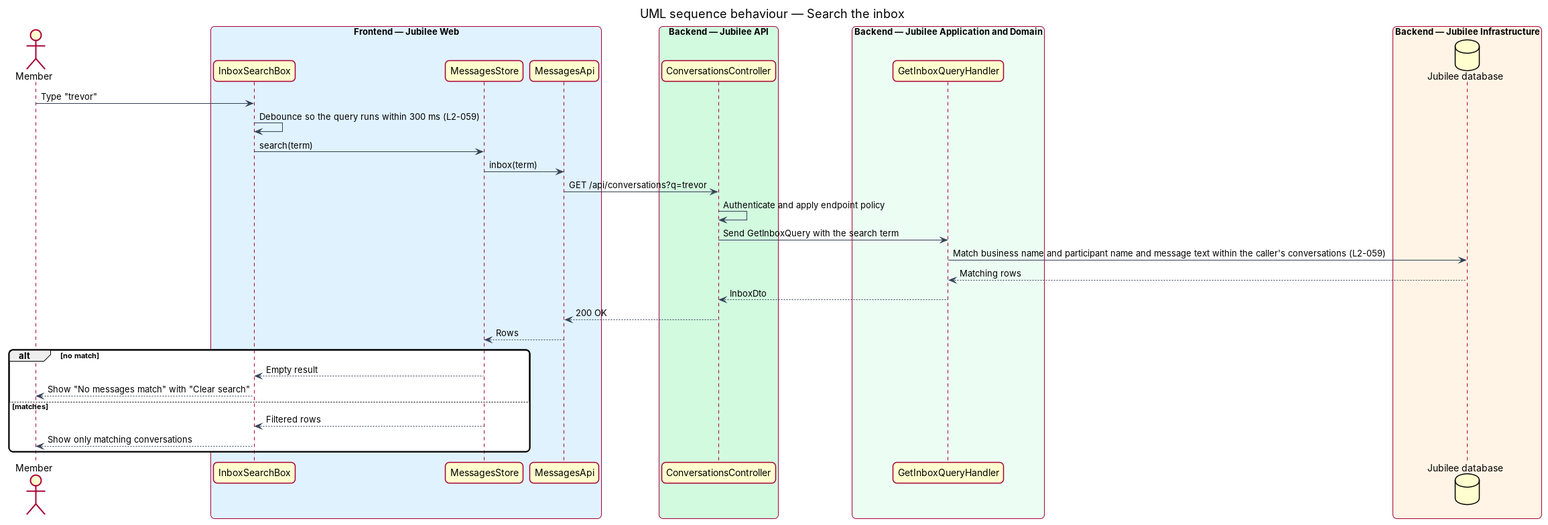
This is docs/detailed-designs/messaging/read-inbox/diagrams/sequence-search-inbox.png from QuinntyneBrown/jubilee, a PlantUML export, as it was before one commit. Its source is kept beside it as docs/detailed-designs/messaging/read-inbox/diagrams/sequence-search-inbox.puml.
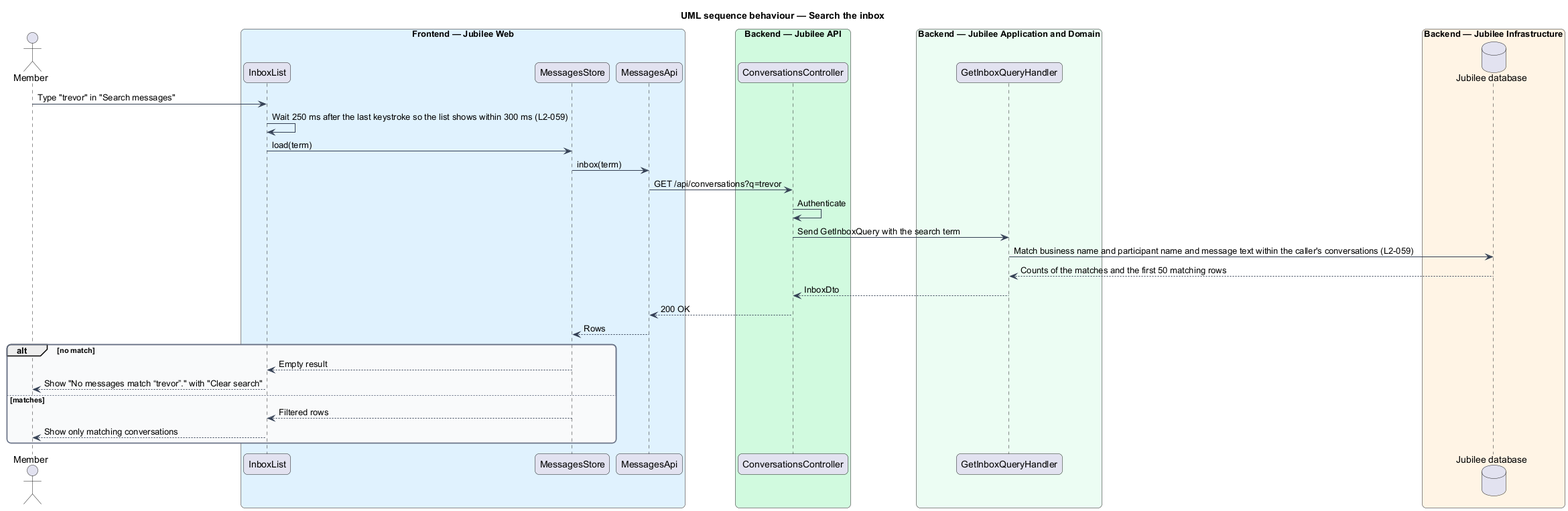
Above is the later version.

Change to the diagram source:
```diff
@@ -16,7 +16,7 @@
 }
 actor "Member" as member
 box "Frontend — Jubilee Web" #E0F2FE
-  participant "InboxSearchBox" as search
+  participant "InboxList" as search
   participant "MessagesStore" as store
   participant "MessagesApi" as client
 end box
@@ -29,21 +29,21 @@
 box "Backend — Jubilee Infrastructure" #FFF4E5
   database "Jubilee database" as db
 end box
-member -> search : Type "trevor"
-search -> search : Debounce so the query runs within 300 ms (L2-059)
-search -> store : search(term)
+member -> search : Type "trevor" in "Search messages"
+search -> search : Wait 250 ms after the last keystroke so the list shows within 300 ms (L2-059)
+search -> store : load(term)
 store -> client : inbox(term)
 client -> controller : GET /api/conversations?q=trevor
-controller -> controller : Authenticate and apply endpoint policy
+controller -> controller : Authenticate
 controller -> handler : Send GetInboxQuery with the search term
 handler -> db : Match business name and participant name and message text within the caller's conversations (L2-059)
-db --> handler : Matching rows
+db --> handler : Counts of the matches and the first 50 matching rows
 handler --> controller : InboxDto
 controller --> client : 200 OK
 client --> store : Rows
 alt no match
   store --> search : Empty result
-  search --> member : Show "No messages match" with "Clear search"
+  search --> member : Show "No messages match “trevor”." with "Clear search"
 else matches
   store --> search : Filtered rows
   search --> member : Show only matching conversations
```
